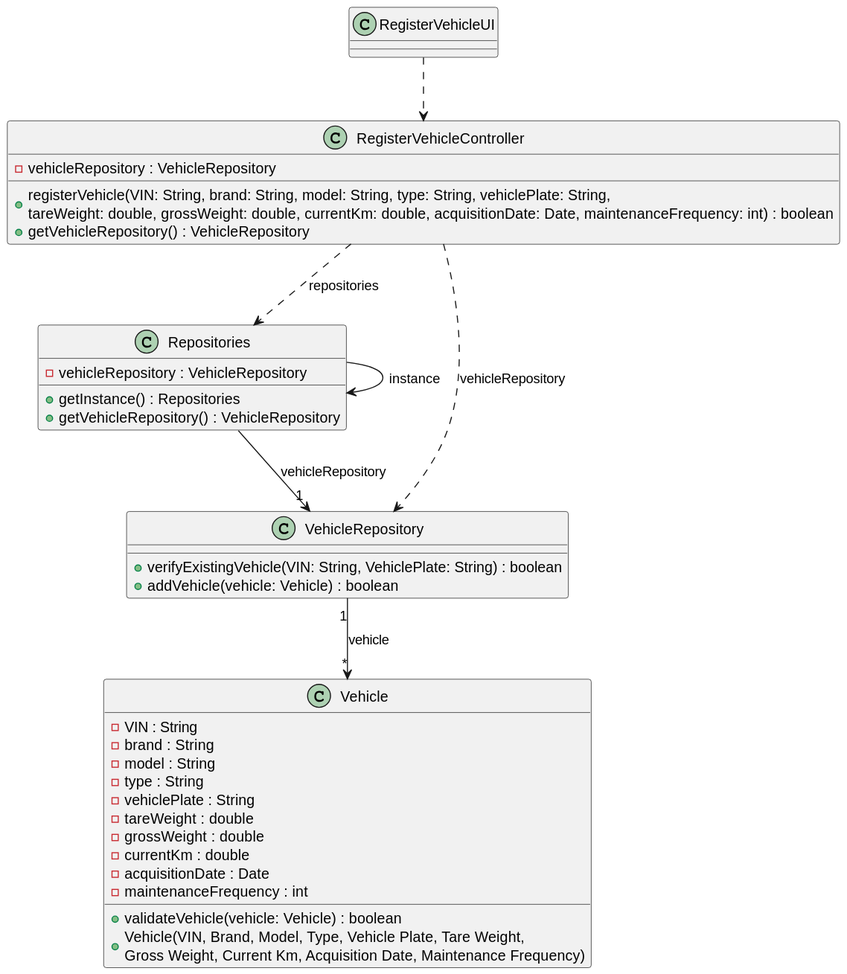
Before: docs/sprintB/us006/03.design/svg/us006-class-diagram.svg, a diagram exported from PlantUML (ricardomm7/leaflink).
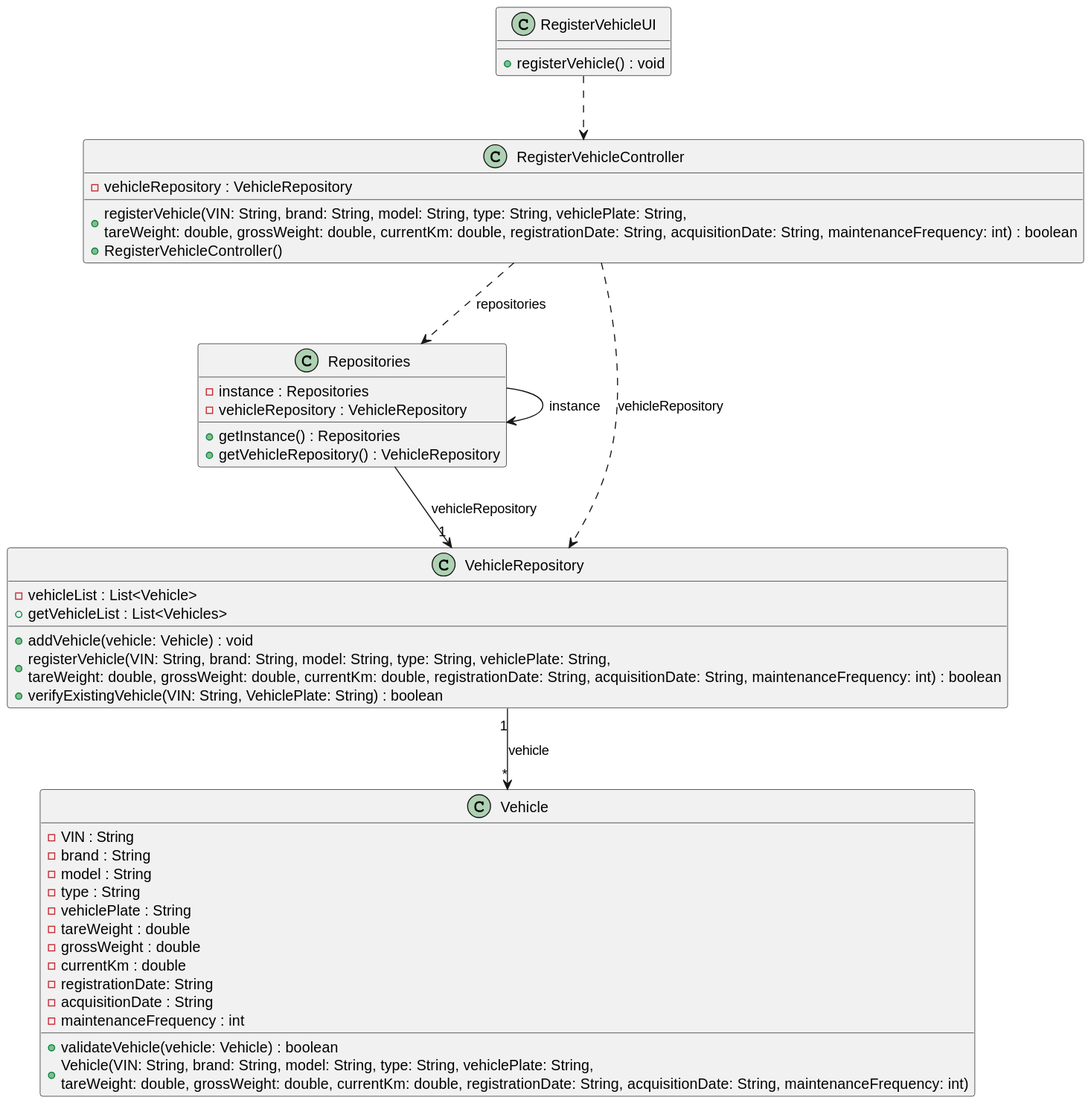
The same file after the commit.

Diff of the diagram source:
```diff
@@ -4,23 +4,28 @@
 
 
     class RegisterVehicleUI {
+        + registerVehicle() : void
     }
 
     class RegisterVehicleController {
         - vehicleRepository : VehicleRepository
-        + registerVehicle(VIN: String, brand: String, model: String, type: String, vehiclePlate: String, \ntareWeight: double, grossWeight: double, currentKm: double, acquisitionDate: Date, maintenanceFrequency: int) : boolean
-        + getVehicleRepository() : VehicleRepository
+        + registerVehicle(VIN: String, brand: String, model: String, type: String, vehiclePlate: String, \ntareWeight: double, grossWeight: double, currentKm: double, registrationDate: String, acquisitionDate: String, maintenanceFrequency: int) : boolean
+        + RegisterVehicleController()
     }
 
     class Repositories {
+        - instance : Repositories
         - vehicleRepository : VehicleRepository
         + getInstance() : Repositories
         + getVehicleRepository() : VehicleRepository
     }
 
     class VehicleRepository {
+        - vehicleList : List<Vehicle>
+        + getVehicleList : List<Vehicles>
+        + addVehicle(vehicle: Vehicle) : void
+        + registerVehicle(VIN: String, brand: String, model: String, type: String, vehiclePlate: String, \ntareWeight: double, grossWeight: double, currentKm: double, registrationDate: String, acquisitionDate: String, maintenanceFrequency: int) : boolean
         + verifyExistingVehicle(VIN: String, VehiclePlate: String) : boolean
-        + addVehicle(vehicle: Vehicle) : boolean
     }
 
     class Vehicle {
@@ -32,11 +37,12 @@
         - tareWeight : double
         - grossWeight : double
         - currentKm : double
-        - acquisitionDate : Date
+        - registrationDate: String
+        - acquisitionDate : String
         - maintenanceFrequency : int
 
         + validateVehicle(vehicle: Vehicle) : boolean
-        + Vehicle(VIN, Brand, Model, Type, Vehicle Plate, Tare Weight, \nGross Weight, Current Km, Acquisition Date, Maintenance Frequency)
+        + Vehicle(VIN: String, brand: String, model: String, type: String, vehiclePlate: String, \ntareWeight: double, grossWeight: double, currentKm: double, registrationDate: String, acquisitionDate: String, maintenanceFrequency: int)
     }
 
 RegisterVehicleUI ..> RegisterVehicleController
```
